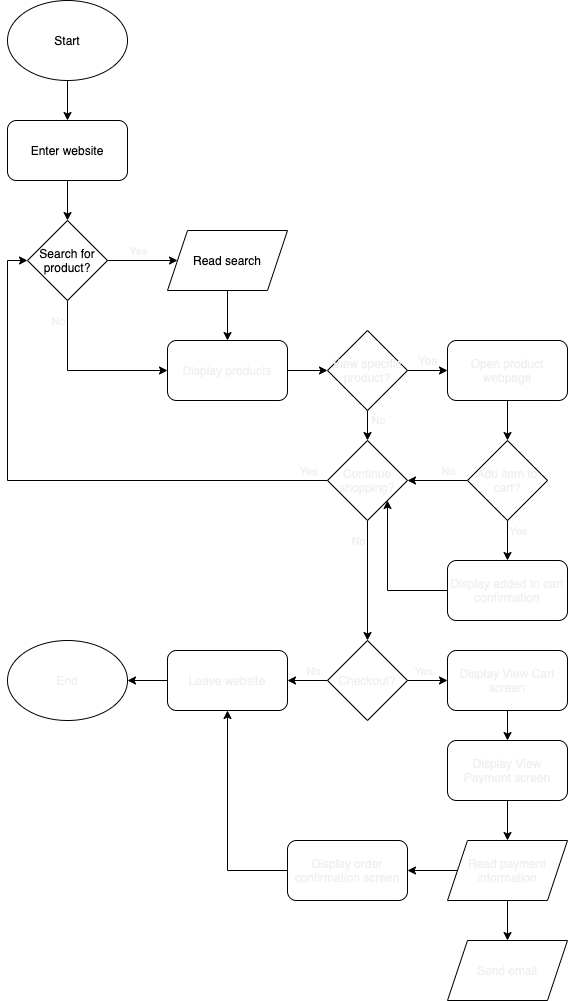
Above: part2/part2.drawio.png in katiehsieh/cse110wi21-lab4 (draw.io), before the change. Source tidied: cells renumbered, new cells last; positions are measured from the earlier drawing's top-left corner, leaving out a move shared by most shapes.
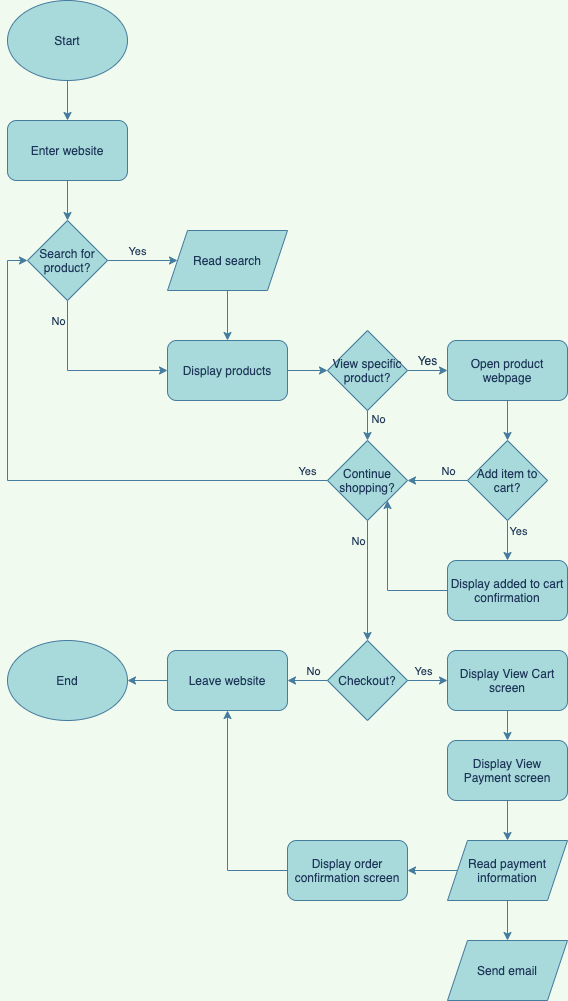
Later version of the same file.

What changed in the source:
```diff
@@ -1,173 +1,173 @@
-<mxGraphModel>
+<mxGraphModel background="#F1FAEE">
   <root>
     <mxCell id="0" />
     <mxCell id="1" parent="0" />
-    <mxCell id="2" style="edgeStyle=orthogonalEdgeStyle;rounded=0;jettySize=auto;html=1;fontColor=#000000;" parent="1" edge="1" source="3" target="5">
+    <mxCell id="2" style="edgeStyle=orthogonalEdgeStyle;rounded=0;jettySize=auto;html=1;strokeColor=#457B9D;fontColor=#1D3557;labelBackgroundColor=#F1FAEE;" parent="1" edge="1" source="3" target="5">
       <mxGeometry relative="1" as="geometry" />
     </mxCell>
-    <mxCell id="3" value="Start" style="ellipse;whiteSpace=wrap;html=1;labelBackgroundColor=none;" parent="1" vertex="1">
+    <mxCell id="3" value="Start" style="ellipse;whiteSpace=wrap;labelBackgroundColor=none;html=1;fillColor=#A8DADC;strokeColor=#457B9D;fontColor=#1D3557;" parent="1" vertex="1">
       <mxGeometry width="120" height="80" as="geometry" />
     </mxCell>
-    <mxCell id="4" style="edgeStyle=orthogonalEdgeStyle;rounded=0;jettySize=auto;html=1;fontColor=#000000;" parent="1" edge="1" source="5" target="10">
+    <mxCell id="4" style="edgeStyle=orthogonalEdgeStyle;rounded=0;jettySize=auto;html=1;strokeColor=#457B9D;fontColor=#1D3557;labelBackgroundColor=#F1FAEE;" parent="1" edge="1" source="5" target="10">
       <mxGeometry relative="1" as="geometry" />
     </mxCell>
-    <mxCell id="5" value="Enter website" style="rounded=1;whiteSpace=wrap;html=1;labelBackgroundColor=none;" parent="1" vertex="1">
+    <mxCell id="5" value="Enter website" style="rounded=1;whiteSpace=wrap;labelBackgroundColor=none;html=1;fillColor=#A8DADC;strokeColor=#457B9D;fontColor=#1D3557;" parent="1" vertex="1">
       <mxGeometry y="120" width="120" height="60" as="geometry" />
     </mxCell>
-    <mxCell id="6" style="edgeStyle=orthogonalEdgeStyle;rounded=0;jettySize=auto;html=1;fontColor=#000000;" parent="1" edge="1" source="10" target="12">
+    <mxCell id="6" style="edgeStyle=orthogonalEdgeStyle;rounded=0;jettySize=auto;html=1;strokeColor=#457B9D;fontColor=#1D3557;labelBackgroundColor=#F1FAEE;" parent="1" edge="1" source="10" target="12">
       <mxGeometry relative="1" as="geometry" />
     </mxCell>
-    <mxCell id="7" value="Yes" style="edgeLabel;html=1;align=center;verticalAlign=middle;fontColor=#F0F0F0;" parent="6" vertex="1">
+    <mxCell id="7" value="Yes" style="edgeLabel;align=center;verticalAlign=middle;html=1;fontColor=#1D3557;labelBackgroundColor=#F1FAEE;" parent="6" vertex="1">
       <mxGeometry x="-0.23" y="-4" relative="1" as="geometry">
         <mxPoint x="3" y="-14" as="offset" />
       </mxGeometry>
     </mxCell>
-    <mxCell id="8" style="edgeStyle=orthogonalEdgeStyle;rounded=0;jettySize=auto;html=1;exitX=0.5;exitY=1;exitDx=0;exitDy=0;entryX=0;entryY=0.5;entryDx=0;entryDy=0;fontColor=#F0F0F0;" parent="1" edge="1" source="10" target="14">
+    <mxCell id="8" style="edgeStyle=orthogonalEdgeStyle;rounded=0;jettySize=auto;exitX=0.5;exitY=1;exitDx=0;exitDy=0;entryX=0;entryY=0.5;entryDx=0;entryDy=0;html=1;strokeColor=#457B9D;fontColor=#1D3557;labelBackgroundColor=#F1FAEE;" parent="1" edge="1" source="10" target="14">
       <mxGeometry relative="1" as="geometry" />
     </mxCell>
-    <mxCell id="9" value="No" style="edgeLabel;html=1;align=center;verticalAlign=middle;fontColor=#F0F0F0;" parent="8" vertex="1">
+    <mxCell id="9" value="No" style="edgeLabel;align=center;verticalAlign=middle;html=1;fontColor=#1D3557;labelBackgroundColor=#F1FAEE;" parent="8" vertex="1">
       <mxGeometry x="-0.02" y="-2" relative="1" as="geometry">
         <mxPoint x="-23" y="-52" as="offset" />
       </mxGeometry>
     </mxCell>
-    <mxCell id="10" value="Search for product?" style="rhombus;whiteSpace=wrap;html=1;labelBackgroundColor=none;" parent="1" vertex="1">
+    <mxCell id="10" value="Search for product?" style="rhombus;whiteSpace=wrap;labelBackgroundColor=none;html=1;fillColor=#A8DADC;strokeColor=#457B9D;fontColor=#1D3557;" parent="1" vertex="1">
       <mxGeometry x="20" y="220" width="80" height="80" as="geometry" />
     </mxCell>
-    <mxCell id="11" style="edgeStyle=orthogonalEdgeStyle;rounded=0;jettySize=auto;html=1;exitX=0.5;exitY=1;exitDx=0;exitDy=0;fontColor=#F0F0F0;" parent="1" edge="1" source="12" target="14">
+    <mxCell id="11" style="edgeStyle=orthogonalEdgeStyle;rounded=0;jettySize=auto;exitX=0.5;exitY=1;exitDx=0;exitDy=0;html=1;strokeColor=#457B9D;fontColor=#1D3557;labelBackgroundColor=#F1FAEE;" parent="1" edge="1" source="12" target="14">
       <mxGeometry relative="1" as="geometry" />
     </mxCell>
-    <mxCell id="12" value="Read search" style="shape=parallelogram;perimeter=parallelogramPerimeter;whiteSpace=wrap;html=1;fixedSize=1;labelBackgroundColor=none;" parent="1" vertex="1">
+    <mxCell id="12" value="Read search" style="shape=parallelogram;perimeter=parallelogramPerimeter;whiteSpace=wrap;fixedSize=1;labelBackgroundColor=none;html=1;fillColor=#A8DADC;strokeColor=#457B9D;fontColor=#1D3557;" parent="1" vertex="1">
       <mxGeometry x="160" y="230" width="120" height="60" as="geometry" />
     </mxCell>
-    <mxCell id="13" style="edgeStyle=orthogonalEdgeStyle;rounded=0;jettySize=auto;html=1;fontColor=#F0F0F0;" parent="1" edge="1" source="14" target="18">
+    <mxCell id="13" style="edgeStyle=orthogonalEdgeStyle;rounded=0;jettySize=auto;html=1;strokeColor=#457B9D;fontColor=#1D3557;labelBackgroundColor=#F1FAEE;" parent="1" edge="1" source="14" target="18">
       <mxGeometry relative="1" as="geometry" />
     </mxCell>
-    <mxCell id="14" value="Display products" style="rounded=1;whiteSpace=wrap;html=1;labelBackgroundColor=none;fontColor=#F0F0F0;" parent="1" vertex="1">
+    <mxCell id="14" value="Display products" style="rounded=1;whiteSpace=wrap;labelBackgroundColor=none;html=1;fillColor=#A8DADC;strokeColor=#457B9D;fontColor=#1D3557;" parent="1" vertex="1">
       <mxGeometry x="160" y="340" width="120" height="60" as="geometry" />
     </mxCell>
-    <mxCell id="15" style="edgeStyle=orthogonalEdgeStyle;rounded=0;jettySize=auto;html=1;exitX=1;exitY=0.5;exitDx=0;exitDy=0;entryX=0;entryY=0.5;entryDx=0;entryDy=0;fontColor=#F0F0F0;" parent="1" edge="1" source="18" target="20">
+    <mxCell id="15" style="edgeStyle=orthogonalEdgeStyle;rounded=0;jettySize=auto;exitX=1;exitY=0.5;exitDx=0;exitDy=0;entryX=0;entryY=0.5;entryDx=0;entryDy=0;html=1;strokeColor=#457B9D;fontColor=#1D3557;labelBackgroundColor=#F1FAEE;" parent="1" edge="1" source="18" target="20">
       <mxGeometry relative="1" as="geometry" />
     </mxCell>
-    <mxCell id="16" style="edgeStyle=orthogonalEdgeStyle;rounded=0;jettySize=auto;html=1;exitX=0.5;exitY=1;exitDx=0;exitDy=0;entryX=0.5;entryY=0;entryDx=0;entryDy=0;fontColor=#F0F0F0;" parent="1" edge="1" source="18" target="31">
+    <mxCell id="16" style="edgeStyle=orthogonalEdgeStyle;rounded=0;jettySize=auto;exitX=0.5;exitY=1;exitDx=0;exitDy=0;entryX=0.5;entryY=0;entryDx=0;entryDy=0;html=1;strokeColor=#457B9D;fontColor=#1D3557;labelBackgroundColor=#F1FAEE;" parent="1" edge="1" source="18" target="31">
       <mxGeometry relative="1" as="geometry" />
     </mxCell>
-    <mxCell id="17" value="No" style="edgeLabel;html=1;align=center;verticalAlign=middle;fontColor=#F0F0F0;" parent="16" vertex="1">
+    <mxCell id="17" value="No" style="edgeLabel;align=center;verticalAlign=middle;html=1;fontColor=#1D3557;labelBackgroundColor=#F1FAEE;" parent="16" vertex="1">
       <mxGeometry x="-0.4" y="-3" relative="1" as="geometry">
         <mxPoint x="13" as="offset" />
       </mxGeometry>
     </mxCell>
-    <mxCell id="18" value="View specific product?" style="rhombus;whiteSpace=wrap;html=1;labelBackgroundColor=none;fontColor=#F0F0F0;" parent="1" vertex="1">
+    <mxCell id="18" value="View specific product?" style="rhombus;whiteSpace=wrap;labelBackgroundColor=none;html=1;fillColor=#A8DADC;strokeColor=#457B9D;fontColor=#1D3557;" parent="1" vertex="1">
       <mxGeometry x="320" y="330" width="80" height="80" as="geometry" />
     </mxCell>
-    <mxCell id="19" style="edgeStyle=orthogonalEdgeStyle;rounded=0;jettySize=auto;html=1;fontColor=#F0F0F0;" parent="1" edge="1" source="20" target="26">
+    <mxCell id="19" style="edgeStyle=orthogonalEdgeStyle;rounded=0;jettySize=auto;html=1;strokeColor=#457B9D;fontColor=#1D3557;labelBackgroundColor=#F1FAEE;" parent="1" edge="1" source="20" target="26">
       <mxGeometry relative="1" as="geometry" />
     </mxCell>
-    <mxCell id="20" value="Open product webpage" style="rounded=1;whiteSpace=wrap;html=1;labelBackgroundColor=none;fontColor=#F0F0F0;" parent="1" vertex="1">
+    <mxCell id="20" value="Open product webpage" style="rounded=1;whiteSpace=wrap;labelBackgroundColor=none;html=1;fillColor=#A8DADC;strokeColor=#457B9D;fontColor=#1D3557;" parent="1" vertex="1">
       <mxGeometry x="440" y="340" width="120" height="60" as="geometry" />
     </mxCell>
-    <mxCell id="21" value="Yes" style="text;html=1;align=center;verticalAlign=middle;fontColor=#F0F0F0;" parent="1" vertex="1">
+    <mxCell id="21" value="Yes" style="text;align=center;verticalAlign=middle;html=1;fontColor=#1D3557;" parent="1" vertex="1">
       <mxGeometry x="400" y="350" width="40" height="20" as="geometry" />
     </mxCell>
-    <mxCell id="22" style="edgeStyle=orthogonalEdgeStyle;rounded=0;jettySize=auto;html=1;fontColor=#F0F0F0;" parent="1" edge="1" source="26" target="33">
+    <mxCell id="22" style="edgeStyle=orthogonalEdgeStyle;rounded=0;jettySize=auto;html=1;strokeColor=#457B9D;fontColor=#1D3557;labelBackgroundColor=#F1FAEE;" parent="1" edge="1" source="26" target="33">
       <mxGeometry relative="1" as="geometry" />
     </mxCell>
-    <mxCell id="23" value="Yes" style="edgeLabel;html=1;align=center;verticalAlign=middle;fontColor=#F0F0F0;" parent="22" vertex="1">
+    <mxCell id="23" value="Yes" style="edgeLabel;align=center;verticalAlign=middle;html=1;fontColor=#1D3557;labelBackgroundColor=#F1FAEE;" parent="22" vertex="1">
       <mxGeometry x="-0.15" y="-5" relative="1" as="geometry">
         <mxPoint x="15" y="-7" as="offset" />
       </mxGeometry>
     </mxCell>
-    <mxCell id="24" style="edgeStyle=orthogonalEdgeStyle;rounded=0;jettySize=auto;html=1;exitX=0;exitY=0.5;exitDx=0;exitDy=0;entryX=1;entryY=0.5;entryDx=0;entryDy=0;fontColor=#F0F0F0;" parent="1" edge="1" source="26" target="31">
+    <mxCell id="24" style="edgeStyle=orthogonalEdgeStyle;rounded=0;jettySize=auto;exitX=0;exitY=0.5;exitDx=0;exitDy=0;entryX=1;entryY=0.5;entryDx=0;entryDy=0;html=1;strokeColor=#457B9D;fontColor=#1D3557;labelBackgroundColor=#F1FAEE;" parent="1" edge="1" source="26" target="31">
       <mxGeometry relative="1" as="geometry" />
     </mxCell>
-    <mxCell id="25" value="No" style="edgeLabel;html=1;align=center;verticalAlign=middle;fontColor=#F0F0F0;" parent="24" vertex="1">
+    <mxCell id="25" value="No" style="edgeLabel;align=center;verticalAlign=middle;html=1;fontColor=#1D3557;labelBackgroundColor=#F1FAEE;" parent="24" vertex="1">
       <mxGeometry x="-0.33" y="-1" relative="1" as="geometry">
         <mxPoint y="-9" as="offset" />
       </mxGeometry>
     </mxCell>
-    <mxCell id="26" value="Add item to cart?" style="rhombus;whiteSpace=wrap;html=1;labelBackgroundColor=none;fontColor=#F0F0F0;" parent="1" vertex="1">
+    <mxCell id="26" value="Add item to cart?" style="rhombus;whiteSpace=wrap;labelBackgroundColor=none;html=1;fillColor=#A8DADC;strokeColor=#457B9D;fontColor=#1D3557;" parent="1" vertex="1">
       <mxGeometry x="460" y="440" width="80" height="80" as="geometry" />
     </mxCell>
-    <mxCell id="27" style="edgeStyle=orthogonalEdgeStyle;rounded=0;jettySize=auto;html=1;entryX=0;entryY=0.5;entryDx=0;entryDy=0;fontColor=#F0F0F0;" parent="1" edge="1" source="31" target="10">
+    <mxCell id="27" style="edgeStyle=orthogonalEdgeStyle;rounded=0;jettySize=auto;entryX=0;entryY=0.5;entryDx=0;entryDy=0;html=1;strokeColor=#457B9D;fontColor=#1D3557;labelBackgroundColor=#F1FAEE;" parent="1" edge="1" source="31" target="10">
       <mxGeometry relative="1" as="geometry" />
     </mxCell>
-    <mxCell id="28" value="Yes" style="edgeLabel;html=1;align=center;verticalAlign=middle;fontColor=#F0F0F0;" parent="27" vertex="1">
+    <mxCell id="28" value="Yes" style="edgeLabel;align=center;verticalAlign=middle;html=1;fontColor=#1D3557;labelBackgroundColor=#F1FAEE;" parent="27" vertex="1">
       <mxGeometry x="-0.82" y="-2" relative="1" as="geometry">
         <mxPoint x="31" y="-8" as="offset" />
       </mxGeometry>
     </mxCell>
-    <mxCell id="29" style="edgeStyle=orthogonalEdgeStyle;rounded=0;jettySize=auto;html=1;exitX=0.5;exitY=1;exitDx=0;exitDy=0;entryX=0.5;entryY=0;entryDx=0;entryDy=0;fontColor=#F0F0F0;" parent="1" edge="1" source="31" target="38">
+    <mxCell id="29" style="edgeStyle=orthogonalEdgeStyle;rounded=0;jettySize=auto;exitX=0.5;exitY=1;exitDx=0;exitDy=0;entryX=0.5;entryY=0;entryDx=0;entryDy=0;html=1;strokeColor=#457B9D;fontColor=#1D3557;labelBackgroundColor=#F1FAEE;" parent="1" edge="1" source="31" target="38">
       <mxGeometry relative="1" as="geometry" />
     </mxCell>
-    <mxCell id="30" value="No" style="edgeLabel;html=1;align=center;verticalAlign=middle;fontColor=#F0F0F0;" parent="29" vertex="1">
+    <mxCell id="30" value="No" style="edgeLabel;align=center;verticalAlign=middle;html=1;fontColor=#1D3557;labelBackgroundColor=#F1FAEE;" parent="29" vertex="1">
       <mxGeometry x="-0.25" y="3" relative="1" as="geometry">
         <mxPoint x="-13" y="-25" as="offset" />
       </mxGeometry>
     </mxCell>
-    <mxCell id="31" value="Continue shopping?" style="rhombus;whiteSpace=wrap;html=1;labelBackgroundColor=none;fontColor=#F0F0F0;" parent="1" vertex="1">
+    <mxCell id="31" value="Continue shopping?" style="rhombus;whiteSpace=wrap;labelBackgroundColor=none;html=1;fillColor=#A8DADC;strokeColor=#457B9D;fontColor=#1D3557;" parent="1" vertex="1">
       <mxGeometry x="320" y="440" width="80" height="80" as="geometry" />
     </mxCell>
-    <mxCell id="32" style="edgeStyle=orthogonalEdgeStyle;rounded=0;jettySize=auto;html=1;exitX=0;exitY=0.5;exitDx=0;exitDy=0;fontColor=#F0F0F0;entryX=1;entryY=1;entryDx=0;entryDy=0;" parent="1" edge="1" source="33" target="31">
+    <mxCell id="32" style="edgeStyle=orthogonalEdgeStyle;rounded=0;jettySize=auto;exitX=0;exitY=0.5;exitDx=0;exitDy=0;entryX=1;entryY=1;entryDx=0;entryDy=0;html=1;strokeColor=#457B9D;fontColor=#1D3557;labelBackgroundColor=#F1FAEE;" parent="1" edge="1" source="33" target="31">
       <mxGeometry relative="1" as="geometry" />
     </mxCell>
-    <mxCell id="33" value="Display added to cart confirmation" style="rounded=1;whiteSpace=wrap;html=1;labelBackgroundColor=none;fontColor=#F0F0F0;" parent="1" vertex="1">
+    <mxCell id="33" value="Display added to cart confirmation" style="rounded=1;whiteSpace=wrap;labelBackgroundColor=none;html=1;fillColor=#A8DADC;strokeColor=#457B9D;fontColor=#1D3557;" parent="1" vertex="1">
       <mxGeometry x="440" y="560" width="120" height="60" as="geometry" />
     </mxCell>
-    <mxCell id="34" style="edgeStyle=orthogonalEdgeStyle;rounded=0;jettySize=auto;html=1;exitX=1;exitY=0.5;exitDx=0;exitDy=0;entryX=0;entryY=0.5;entryDx=0;entryDy=0;fontColor=#F0F0F0;" parent="1" edge="1" source="38" target="42">
+    <mxCell id="34" style="edgeStyle=orthogonalEdgeStyle;rounded=0;jettySize=auto;exitX=1;exitY=0.5;exitDx=0;exitDy=0;entryX=0;entryY=0.5;entryDx=0;entryDy=0;html=1;strokeColor=#457B9D;fontColor=#1D3557;labelBackgroundColor=#F1FAEE;" parent="1" edge="1" source="38" target="42">
       <mxGeometry relative="1" as="geometry" />
     </mxCell>
-    <mxCell id="35" value="Yes" style="edgeLabel;html=1;align=center;verticalAlign=middle;fontColor=#F0F0F0;" parent="34" vertex="1">
+    <mxCell id="35" value="Yes" style="edgeLabel;align=center;verticalAlign=middle;html=1;fontColor=#1D3557;labelBackgroundColor=#F1FAEE;" parent="34" vertex="1">
       <mxGeometry x="-0.25" y="-2" relative="1" as="geometry">
         <mxPoint y="-12" as="offset" />
       </mxGeometry>
     </mxCell>
-    <mxCell id="36" style="edgeStyle=orthogonalEdgeStyle;rounded=0;jettySize=auto;html=1;exitX=0;exitY=0.5;exitDx=0;exitDy=0;entryX=1;entryY=0.5;entryDx=0;entryDy=0;fontColor=#F0F0F0;" parent="1" edge="1" source="38" target="40">
+    <mxCell id="36" style="edgeStyle=orthogonalEdgeStyle;rounded=0;jettySize=auto;exitX=0;exitY=0.5;exitDx=0;exitDy=0;entryX=1;entryY=0.5;entryDx=0;entryDy=0;html=1;strokeColor=#457B9D;fontColor=#1D3557;labelBackgroundColor=#F1FAEE;" parent="1" edge="1" source="38" target="40">
       <mxGeometry relative="1" as="geometry" />
     </mxCell>
-    <mxCell id="37" value="No" style="edgeLabel;html=1;align=center;verticalAlign=middle;fontColor=#F0F0F0;" parent="36" vertex="1">
+    <mxCell id="37" value="No" style="edgeLabel;align=center;verticalAlign=middle;html=1;fontColor=#1D3557;labelBackgroundColor=#F1FAEE;" parent="36" vertex="1">
       <mxGeometry x="-0.25" y="1" relative="1" as="geometry">
         <mxPoint y="-11" as="offset" />
       </mxGeometry>
     </mxCell>
-    <mxCell id="38" value="Checkout?" style="rhombus;whiteSpace=wrap;html=1;labelBackgroundColor=none;fontColor=#F0F0F0;" parent="1" vertex="1">
+    <mxCell id="38" value="Checkout?" style="rhombus;whiteSpace=wrap;labelBackgroundColor=none;html=1;fillColor=#A8DADC;strokeColor=#457B9D;fontColor=#1D3557;" parent="1" vertex="1">
       <mxGeometry x="320" y="640" width="80" height="80" as="geometry" />
     </mxCell>
-    <mxCell id="39" style="edgeStyle=orthogonalEdgeStyle;rounded=0;jettySize=auto;html=1;exitX=0;exitY=0.5;exitDx=0;exitDy=0;entryX=1;entryY=0.5;entryDx=0;entryDy=0;fontColor=#F0F0F0;" parent="1" edge="1" source="40" target="51">
+    <mxCell id="39" style="edgeStyle=orthogonalEdgeStyle;rounded=0;jettySize=auto;exitX=0;exitY=0.5;exitDx=0;exitDy=0;entryX=1;entryY=0.5;entryDx=0;entryDy=0;html=1;strokeColor=#457B9D;fontColor=#1D3557;labelBackgroundColor=#F1FAEE;" parent="1" edge="1" source="40" target="51">
       <mxGeometry relative="1" as="geometry" />
     </mxCell>
-    <mxCell id="40" value="Leave website" style="rounded=1;whiteSpace=wrap;html=1;labelBackgroundColor=none;fontColor=#F0F0F0;" parent="1" vertex="1">
+    <mxCell id="40" value="Leave website" style="rounded=1;whiteSpace=wrap;labelBackgroundColor=none;html=1;fillColor=#A8DADC;strokeColor=#457B9D;fontColor=#1D3557;" parent="1" vertex="1">
       <mxGeometry x="160" y="650" width="120" height="60" as="geometry" />
     </mxCell>
-    <mxCell id="41" style="edgeStyle=orthogonalEdgeStyle;rounded=0;jettySize=auto;html=1;fontColor=#F0F0F0;" parent="1" edge="1" source="42" target="44">
+    <mxCell id="41" style="edgeStyle=orthogonalEdgeStyle;rounded=0;jettySize=auto;html=1;strokeColor=#457B9D;fontColor=#1D3557;labelBackgroundColor=#F1FAEE;" parent="1" edge="1" source="42" target="44">
       <mxGeometry relative="1" as="geometry" />
     </mxCell>
-    <mxCell id="42" value="Display View Cart screen" style="rounded=1;whiteSpace=wrap;html=1;labelBackgroundColor=none;fontColor=#F0F0F0;" parent="1" vertex="1">
+    <mxCell id="42" value="Display View Cart screen" style="rounded=1;whiteSpace=wrap;labelBackgroundColor=none;html=1;fillColor=#A8DADC;strokeColor=#457B9D;fontColor=#1D3557;" parent="1" vertex="1">
       <mxGeometry x="440" y="650" width="120" height="60" as="geometry" />
     </mxCell>
-    <mxCell id="43" style="edgeStyle=orthogonalEdgeStyle;rounded=0;jettySize=auto;html=1;fontColor=#F0F0F0;" parent="1" edge="1" source="44" target="47">
+    <mxCell id="43" style="edgeStyle=orthogonalEdgeStyle;rounded=0;jettySize=auto;html=1;strokeColor=#457B9D;fontColor=#1D3557;labelBackgroundColor=#F1FAEE;" parent="1" edge="1" source="44" target="47">
       <mxGeometry relative="1" as="geometry" />
     </mxCell>
-    <mxCell id="44" value="Display View Payment screen" style="rounded=1;whiteSpace=wrap;html=1;labelBackgroundColor=none;fontColor=#F0F0F0;" parent="1" vertex="1">
+    <mxCell id="44" value="Display View Payment screen" style="rounded=1;whiteSpace=wrap;labelBackgroundColor=none;html=1;fillColor=#A8DADC;strokeColor=#457B9D;fontColor=#1D3557;" parent="1" vertex="1">
       <mxGeometry x="440" y="740" width="120" height="60" as="geometry" />
     </mxCell>
-    <mxCell id="45" style="edgeStyle=orthogonalEdgeStyle;rounded=0;jettySize=auto;html=1;fontColor=#F0F0F0;" parent="1" edge="1" source="47" target="50">
+    <mxCell id="45" style="edgeStyle=orthogonalEdgeStyle;rounded=0;jettySize=auto;html=1;strokeColor=#457B9D;fontColor=#1D3557;labelBackgroundColor=#F1FAEE;" parent="1" edge="1" source="47" target="50">
       <mxGeometry relative="1" as="geometry" />
     </mxCell>
-    <mxCell id="46" style="edgeStyle=orthogonalEdgeStyle;rounded=0;jettySize=auto;html=1;fontColor=#F0F0F0;" parent="1" edge="1" source="47" target="49">
+    <mxCell id="46" style="edgeStyle=orthogonalEdgeStyle;rounded=0;jettySize=auto;html=1;strokeColor=#457B9D;fontColor=#1D3557;labelBackgroundColor=#F1FAEE;" parent="1" edge="1" source="47" target="49">
       <mxGeometry relative="1" as="geometry" />
     </mxCell>
-    <mxCell id="47" value="Read payment information" style="shape=parallelogram;perimeter=parallelogramPerimeter;whiteSpace=wrap;html=1;fixedSize=1;labelBackgroundColor=none;fontColor=#F0F0F0;" parent="1" vertex="1">
+    <mxCell id="47" value="Read payment information" style="shape=parallelogram;perimeter=parallelogramPerimeter;whiteSpace=wrap;fixedSize=1;labelBackgroundColor=none;html=1;fillColor=#A8DADC;strokeColor=#457B9D;fontColor=#1D3557;" parent="1" vertex="1">
       <mxGeometry x="440" y="840" width="120" height="60" as="geometry" />
     </mxCell>
-    <mxCell id="48" style="edgeStyle=orthogonalEdgeStyle;rounded=0;jettySize=auto;html=1;entryX=0.5;entryY=1;entryDx=0;entryDy=0;fontColor=#F0F0F0;exitX=0;exitY=0.5;exitDx=0;exitDy=0;" parent="1" edge="1" source="49" target="40">
+    <mxCell id="48" style="edgeStyle=orthogonalEdgeStyle;rounded=0;jettySize=auto;entryX=0.5;entryY=1;entryDx=0;entryDy=0;exitX=0;exitY=0.5;exitDx=0;exitDy=0;html=1;strokeColor=#457B9D;fontColor=#1D3557;labelBackgroundColor=#F1FAEE;" parent="1" edge="1" source="49" target="40">
       <mxGeometry relative="1" as="geometry" />
     </mxCell>
-    <mxCell id="49" value="Display order confirmation screen" style="rounded=1;whiteSpace=wrap;html=1;labelBackgroundColor=none;fontColor=#F0F0F0;" parent="1" vertex="1">
+    <mxCell id="49" value="Display order confirmation screen" style="rounded=1;whiteSpace=wrap;labelBackgroundColor=none;html=1;fillColor=#A8DADC;strokeColor=#457B9D;fontColor=#1D3557;" parent="1" vertex="1">
       <mxGeometry x="280" y="840" width="120" height="60" as="geometry" />
     </mxCell>
-    <mxCell id="50" value="Send email" style="shape=parallelogram;perimeter=parallelogramPerimeter;whiteSpace=wrap;html=1;fixedSize=1;labelBackgroundColor=none;fontColor=#F0F0F0;" parent="1" vertex="1">
+    <mxCell id="50" value="Send email" style="shape=parallelogram;perimeter=parallelogramPerimeter;whiteSpace=wrap;fixedSize=1;labelBackgroundColor=none;html=1;fillColor=#A8DADC;strokeColor=#457B9D;fontColor=#1D3557;" parent="1" vertex="1">
       <mxGeometry x="440" y="940" width="120" height="60" as="geometry" />
     </mxCell>
-    <mxCell id="51" value="End" style="ellipse;whiteSpace=wrap;html=1;labelBackgroundColor=none;fontColor=#F0F0F0;" parent="1" vertex="1">
+    <mxCell id="51" value="End" style="ellipse;whiteSpace=wrap;labelBackgroundColor=none;html=1;fillColor=#A8DADC;strokeColor=#457B9D;fontColor=#1D3557;" parent="1" vertex="1">
       <mxGeometry y="640" width="120" height="80" as="geometry" />
     </mxCell>
   </root>
```
